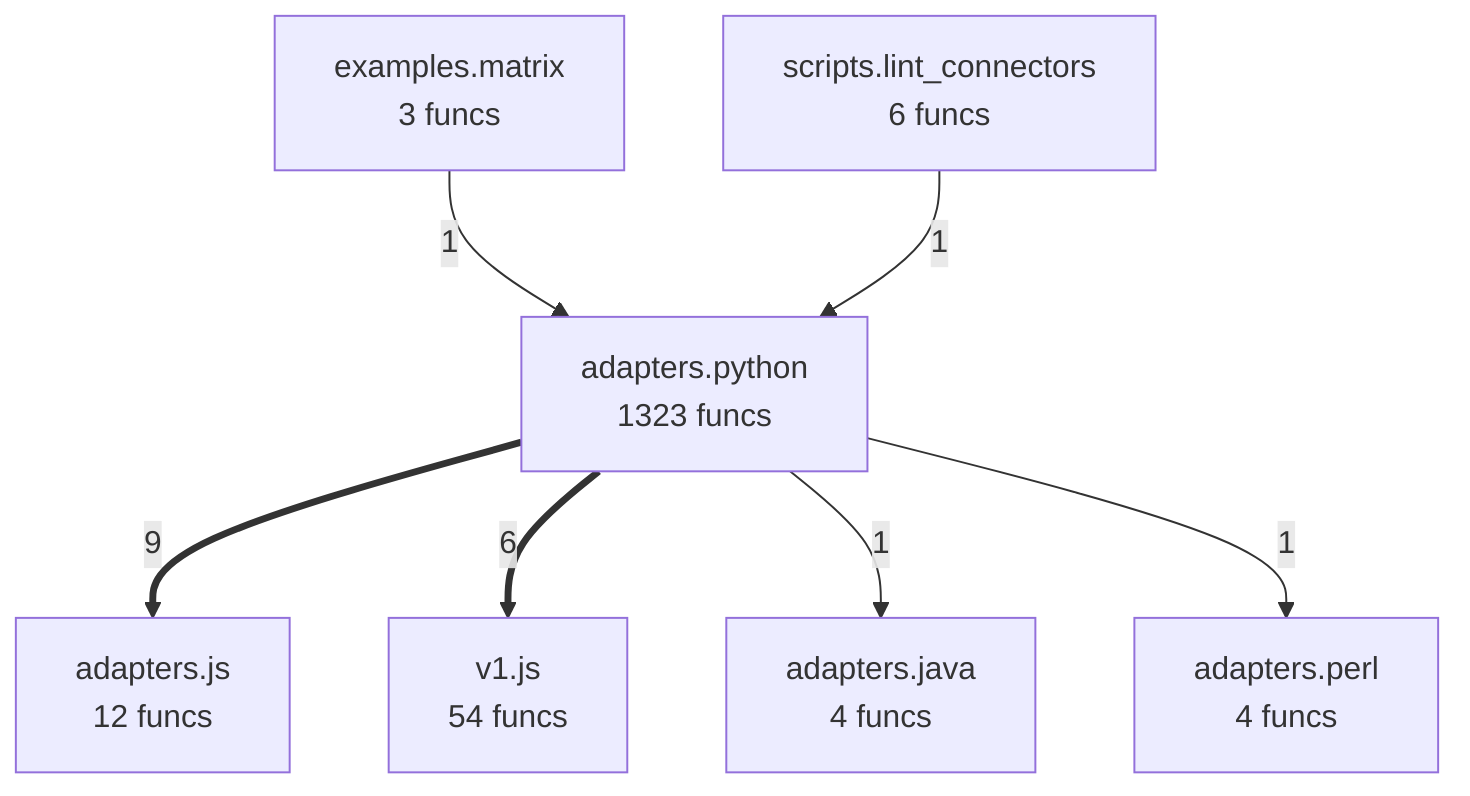
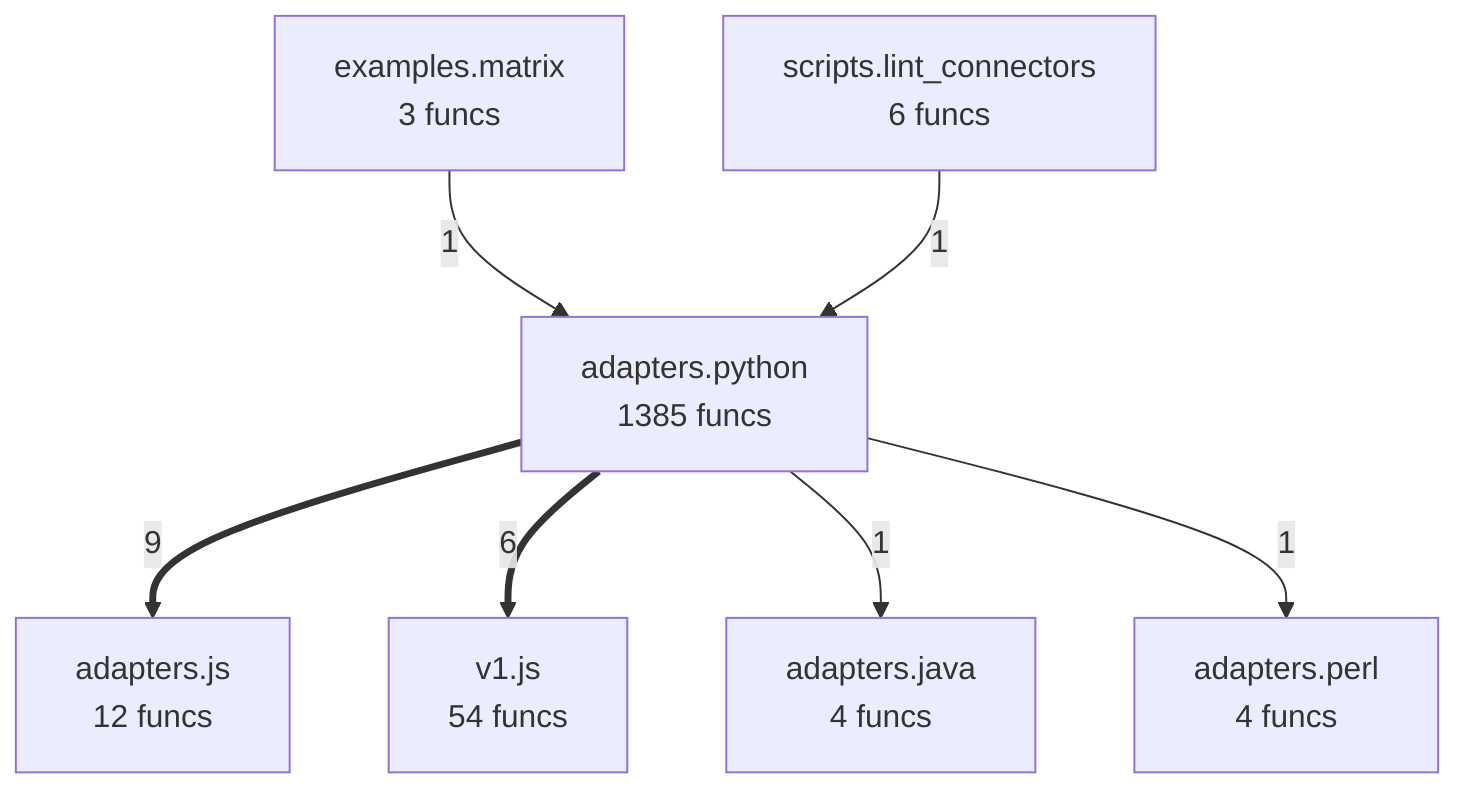
flowchart TD
- %% generated in 0.07s
+ %% generated in 0.09s
    adapters__java["adapters.java<br/>4 funcs"]
    adapters__js["adapters.js<br/>12 funcs"]
    adapters__perl["adapters.perl<br/>4 funcs"]
-     adapters__python["adapters.python<br/>1323 funcs"]
+     adapters__python["adapters.python<br/>1385 funcs"]
    examples__matrix["examples.matrix<br/>3 funcs"]
    scripts__lint_connectors["scripts.lint_connectors<br/>6 funcs"]
    v1__js["v1.js<br/>54 funcs"]
    adapters__python ==>|9| adapters__js
    adapters__python ==>|6| v1__js
    examples__matrix -->|1| adapters__python
    scripts__lint_connectors -->|1| adapters__python
    adapters__python -->|1| adapters__java
    adapters__python -->|1| adapters__perl
